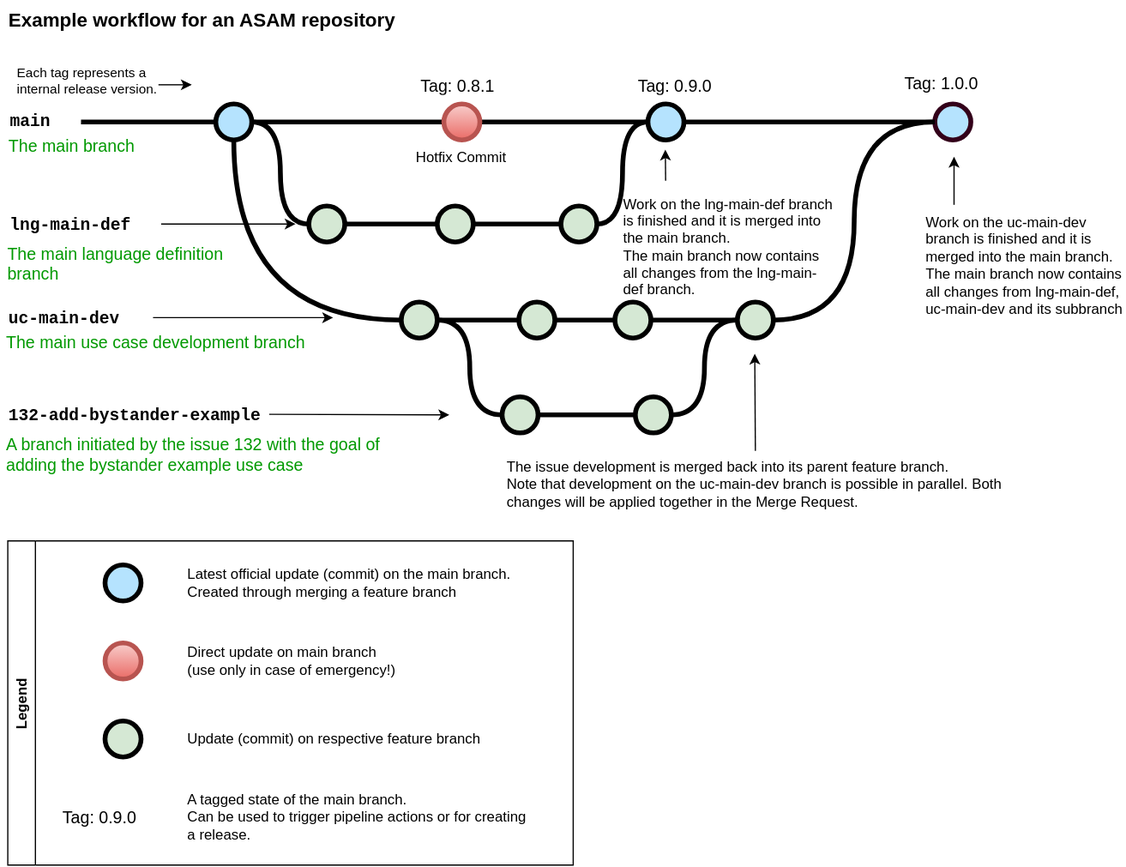
This is content/modules/compendium/assets/images/Concepts/example-repo-workflow.drawio.svg from asam-ev/asam-project-guide-content, a draw.io export, as it was before one commit. Source tidied: cells renumbered, new cells last; positions are measured from the earlier drawing's top-left corner, leaving out a move shared by most shapes.
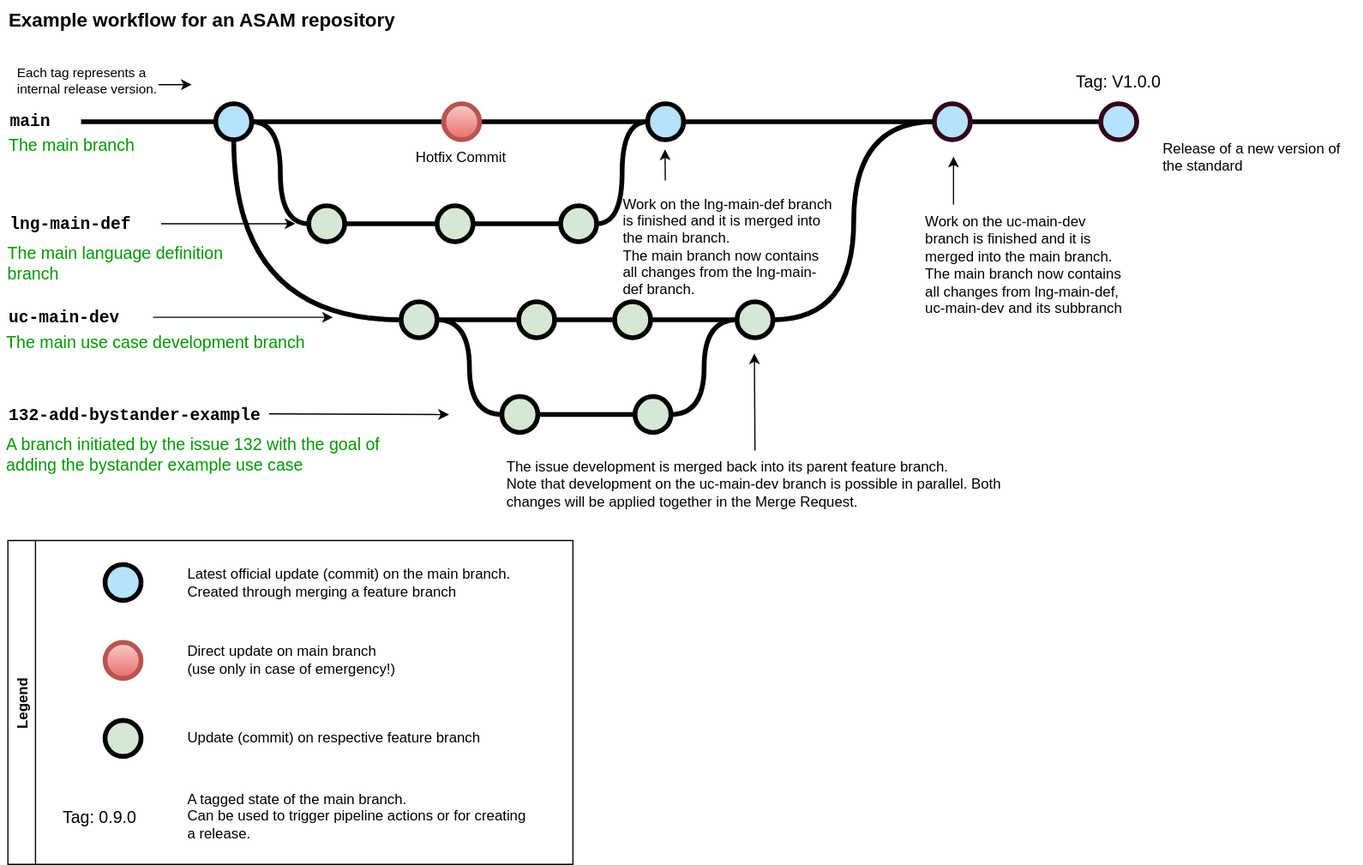
After the commit.

Diff of the diagram source:
```diff
@@ -20,6 +20,9 @@
     <mxCell id="7" style="verticalLabelPosition=bottom;verticalAlign=top;html=1;strokeWidth=4;shape=mxgraph.flowchart.on-page_reference;plain-blue;gradientColor=none;strokeColor=#000000;fillColor=#B5E3FE;" parent="1" vertex="1">
       <mxGeometry x="539.2" y="86" width="30" height="30" as="geometry" />
     </mxCell>
+    <mxCell id="64" style="edgeStyle=none;html=1;entryX=0;entryY=0.5;entryDx=0;entryDy=0;entryPerimeter=0;endArrow=none;rounded=0;endFill=0;strokeWidth=4;" parent="1" edge="1" source="8" target="65">
+      <mxGeometry relative="1" as="geometry" />
+    </mxCell>
     <mxCell id="8" style="verticalLabelPosition=bottom;verticalAlign=top;html=1;strokeWidth=4;shape=mxgraph.flowchart.on-page_reference;plain-blue;gradientColor=none;strokeColor=#33001A;fillColor=#B5E3FE;" parent="1" vertex="1">
       <mxGeometry x="778.2" y="86" width="30" height="30" as="geometry" />
     </mxCell>
@@ -129,11 +132,8 @@
         <mxPoint x="133.8" y="186" as="sourcePoint" />
       </mxGeometry>
     </mxCell>
-    <mxCell id="41" value="Tag: 0.9.0" style="text;html=1;strokeColor=none;fillColor=none;align=center;verticalAlign=middle;whiteSpace=wrap;overflow=hidden;fontSize=14;" parent="1" vertex="1">
-      <mxGeometry x="507.2" y="60" width="110" height="20" as="geometry" />
-    </mxCell>
-    <mxCell id="42" value="Tag: 1.0.0" style="text;html=1;strokeColor=none;fillColor=none;align=center;verticalAlign=middle;whiteSpace=wrap;overflow=hidden;fontSize=14;" parent="1" vertex="1">
-      <mxGeometry x="729.2" y="58" width="110" height="20" as="geometry" />
+    <mxCell id="42" value="Tag: V1.0.0" style="text;html=1;strokeColor=none;fillColor=none;align=center;verticalAlign=middle;whiteSpace=wrap;overflow=hidden;fontSize=14;" parent="1" vertex="1">
+      <mxGeometry x="877" y="57" width="110" height="20" as="geometry" />
     </mxCell>
     <mxCell id="43" style="endArrow=classic;html=1;strokeWidth=1;fontFamily=Courier New;fontColor=#009900;exitX=0.5;exitY=0;exitDx=0;exitDy=0;" parent="1" edge="1" source="46">
       <mxGeometry relative="1" as="geometry">
@@ -182,9 +182,6 @@
     <mxCell id="53" style="verticalLabelPosition=bottom;verticalAlign=top;html=1;strokeWidth=4;shape=mxgraph.flowchart.on-page_reference;plain-blue;gradientColor=#EA6B66;strokeColor=#B85450;fillColor=#F8CECC;" parent="1" vertex="1">
       <mxGeometry x="369.2" y="86" width="30" height="30" as="geometry" />
     </mxCell>
-    <mxCell id="54" value="Tag: 0.8.1" style="text;html=1;strokeColor=none;fillColor=none;align=center;verticalAlign=middle;whiteSpace=wrap;overflow=hidden;fontSize=14;" parent="1" vertex="1">
-      <mxGeometry x="345.5" y="60" width="70" height="20" as="geometry" />
-    </mxCell>
     <mxCell id="55" value="Legend" style="swimlane;horizontal=0;" parent="1" vertex="1">
       <mxGeometry x="6" y="450" width="471" height="270" as="geometry" />
     </mxCell>
@@ -212,5 +209,11 @@
     <mxCell id="63" value="A tagged state of the main branch.&lt;br&gt;Can be used to trigger pipeline actions or for creating &lt;br&gt;a release." style="text;html=1;align=left;verticalAlign=middle;strokeColor=none;fillColor=none;" parent="55" vertex="1">
       <mxGeometry x="148" y="205" width="300" height="50" as="geometry" />
     </mxCell>
+    <mxCell id="65" style="verticalLabelPosition=bottom;verticalAlign=top;html=1;strokeWidth=4;shape=mxgraph.flowchart.on-page_reference;plain-blue;gradientColor=none;strokeColor=#33001A;fillColor=#B5E3FE;" parent="1" vertex="1">
+      <mxGeometry x="917" y="86" width="30" height="30" as="geometry" />
+    </mxCell>
+    <mxCell id="66" value="&lt;span style=&quot;text-align: center&quot;&gt;Release of a new version of the standard&lt;br&gt;&lt;/span&gt;" style="text;html=1;strokeColor=none;fillColor=none;align=left;verticalAlign=top;whiteSpace=wrap;overflow=hidden;fontSize=12;fontStyle=0;fontColor=#000000;" parent="1" vertex="1">
+      <mxGeometry x="967" y="110" width="167.8" height="109" as="geometry" />
+    </mxCell>
   </root>
 </mxGraphModel>
```
